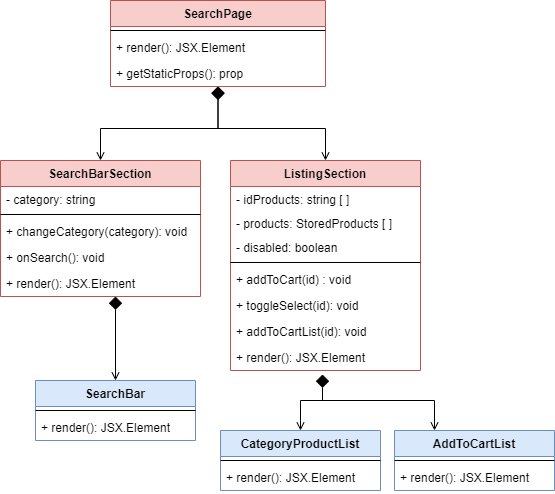
Earlier version of the draw.io export DocumentazioneEsterna/DeveloperManual/res/Architettura/Frontend/img/search.png (Omicron-Team/Documentazione). Source tidied: cells renumbered, new cells last; positions are measured from the earlier drawing's top-left corner, leaving out a move shared by most shapes. The source it was exported from:
```xml
<mxGraphModel>
  <root>
    <mxCell id="0" />
    <mxCell id="1" parent="0" />
    <mxCell id="2" style="edgeStyle=orthogonalEdgeStyle;rounded=0;jettySize=auto;html=1;startArrow=diamond;startFill=1;endArrow=open;endFill=0;startSize=11;" parent="1" edge="1" source="4" target="9">
      <mxGeometry relative="1" as="geometry" />
    </mxCell>
    <mxCell id="3" style="edgeStyle=orthogonalEdgeStyle;rounded=0;jettySize=auto;html=1;startArrow=diamond;startFill=1;endArrow=open;endFill=0;startSize=11;" parent="1" edge="1" source="4" target="17">
      <mxGeometry relative="1" as="geometry" />
    </mxCell>
    <mxCell id="4" value="SearchPage" style="swimlane;fontStyle=1;horizontal=1;startSize=26;fillColor=#f8cecc;strokeColor=#b85450;" parent="1" vertex="1">
      <mxGeometry x="110" width="215" height="86" as="geometry" />
    </mxCell>
    <mxCell id="5" style="line;strokeWidth=1;fillColor=none;align=left;verticalAlign=middle;spacingTop=-1;spacingLeft=3;spacingRight=3;labelPosition=right;" parent="4" vertex="1">
      <mxGeometry y="26" width="215" height="8" as="geometry" />
    </mxCell>
    <mxCell id="6" value="+ render(): JSX.Element" style="text;strokeColor=none;fillColor=none;align=left;verticalAlign=top;spacingLeft=4;spacingRight=4;overflow=hidden;" parent="4" vertex="1">
      <mxGeometry y="34" width="215" height="26" as="geometry" />
    </mxCell>
    <mxCell id="7" value="+ getStaticProps(): prop" style="text;strokeColor=none;fillColor=none;align=left;verticalAlign=top;spacingLeft=4;spacingRight=4;overflow=hidden;rounded=1;" parent="4" vertex="1">
      <mxGeometry y="60" width="215" height="26" as="geometry" />
    </mxCell>
    <mxCell id="8" style="edgeStyle=orthogonalEdgeStyle;rounded=0;jettySize=auto;html=1;entryX=0.5;entryY=0;entryDx=0;entryDy=0;startArrow=diamond;startFill=1;endArrow=open;endFill=0;sourcePerimeterSpacing=0;startSize=11;" parent="1" edge="1" source="9" target="26">
      <mxGeometry relative="1" as="geometry">
        <Array as="points">
          <mxPoint x="115" y="380" />
        </Array>
      </mxGeometry>
    </mxCell>
    <mxCell id="9" value="SearchBarSection" style="swimlane;fontStyle=1;horizontal=1;startSize=26;fillColor=#f8cecc;strokeColor=#b85450;" parent="1" vertex="1">
      <mxGeometry y="160" width="200" height="136" as="geometry" />
    </mxCell>
    <mxCell id="10" value="- category: string" style="text;strokeColor=none;fillColor=none;align=left;verticalAlign=top;spacingLeft=4;spacingRight=4;overflow=hidden;" parent="9" vertex="1">
      <mxGeometry y="26" width="200" height="24" as="geometry" />
    </mxCell>
    <mxCell id="11" style="line;strokeWidth=1;fillColor=none;align=left;verticalAlign=middle;spacingTop=-1;spacingLeft=3;spacingRight=3;labelPosition=right;rounded=1;" parent="9" vertex="1">
      <mxGeometry y="50" width="200" height="8" as="geometry" />
    </mxCell>
    <mxCell id="12" value="+ changeCategory(category): void" style="text;strokeColor=none;fillColor=none;align=left;verticalAlign=top;spacingLeft=4;spacingRight=4;overflow=hidden;" parent="9" vertex="1">
      <mxGeometry y="58" width="200" height="26" as="geometry" />
    </mxCell>
    <mxCell id="13" value="+ onSearch(): void" style="text;strokeColor=none;fillColor=none;align=left;verticalAlign=top;spacingLeft=4;spacingRight=4;overflow=hidden;" parent="9" vertex="1">
      <mxGeometry y="84" width="200" height="26" as="geometry" />
    </mxCell>
    <mxCell id="14" value="+ render(): JSX.Element" style="text;strokeColor=none;fillColor=none;align=left;verticalAlign=top;spacingLeft=4;spacingRight=4;overflow=hidden;" parent="9" vertex="1">
      <mxGeometry y="110" width="200" height="26" as="geometry" />
    </mxCell>
    <mxCell id="15" style="edgeStyle=orthogonalEdgeStyle;rounded=0;jettySize=auto;html=1;entryX=0.5;entryY=0;entryDx=0;entryDy=0;startArrow=none;startFill=0;endArrow=open;endFill=0;" parent="1" edge="1" target="29">
      <mxGeometry relative="1" as="geometry">
        <mxPoint x="325" y="400" as="sourcePoint" />
        <Array as="points">
          <mxPoint x="300" y="420" />
          <mxPoint x="300" y="420" />
        </Array>
      </mxGeometry>
    </mxCell>
    <mxCell id="16" style="edgeStyle=orthogonalEdgeStyle;rounded=0;jettySize=auto;html=1;entryX=0.25;entryY=0;entryDx=0;entryDy=0;startArrow=diamond;startFill=1;endArrow=open;endFill=0;startSize=11;" parent="1" edge="1" target="32">
      <mxGeometry relative="1" as="geometry">
        <mxPoint x="322" y="374" as="sourcePoint" />
        <Array as="points">
          <mxPoint x="322" y="400" />
          <mxPoint x="434" y="400" />
        </Array>
      </mxGeometry>
    </mxCell>
    <mxCell id="17" value="ListingSection" style="swimlane;fontStyle=1;align=center;verticalAlign=top;horizontal=1;startSize=26;fillColor=#f8cecc;strokeColor=#b85450;" parent="1" vertex="1">
      <mxGeometry x="230" y="160" width="190" height="210" as="geometry" />
    </mxCell>
    <mxCell id="18" value="- idProducts: string [ ]" style="text;strokeColor=none;fillColor=none;align=left;verticalAlign=top;spacingLeft=4;spacingRight=4;overflow=hidden;" parent="17" vertex="1">
      <mxGeometry y="26" width="190" height="24" as="geometry" />
    </mxCell>
    <mxCell id="19" value="- products: StoredProducts [ ]" style="text;strokeColor=none;fillColor=none;align=left;verticalAlign=top;spacingLeft=4;spacingRight=4;overflow=hidden;" parent="17" vertex="1">
      <mxGeometry y="50" width="190" height="24" as="geometry" />
    </mxCell>
    <mxCell id="20" value="- disabled: boolean" style="text;strokeColor=none;fillColor=none;align=left;verticalAlign=top;spacingLeft=4;spacingRight=4;overflow=hidden;" parent="17" vertex="1">
      <mxGeometry y="74" width="190" height="24" as="geometry" />
    </mxCell>
    <mxCell id="21" style="line;strokeWidth=1;fillColor=none;align=left;verticalAlign=middle;spacingTop=-1;spacingLeft=3;spacingRight=3;labelPosition=right;" parent="17" vertex="1">
      <mxGeometry y="98" width="190" height="8" as="geometry" />
    </mxCell>
    <mxCell id="22" value="+ addToCart(id) : void" style="text;strokeColor=none;fillColor=none;align=left;verticalAlign=top;spacingLeft=4;spacingRight=4;overflow=hidden;" parent="17" vertex="1">
      <mxGeometry y="106" width="190" height="26" as="geometry" />
    </mxCell>
    <mxCell id="23" value="+ toggleSelect(id): void" style="text;strokeColor=none;fillColor=none;align=left;verticalAlign=top;spacingLeft=4;spacingRight=4;overflow=hidden;" parent="17" vertex="1">
      <mxGeometry y="132" width="190" height="26" as="geometry" />
    </mxCell>
    <mxCell id="24" value="+ addToCartList(id): void" style="text;strokeColor=none;fillColor=none;align=left;verticalAlign=top;spacingLeft=4;spacingRight=4;overflow=hidden;" parent="17" vertex="1">
      <mxGeometry y="158" width="190" height="26" as="geometry" />
    </mxCell>
    <mxCell id="25" value="+ render(): JSX.Element" style="text;strokeColor=none;fillColor=none;align=left;verticalAlign=top;spacingLeft=4;spacingRight=4;overflow=hidden;" parent="17" vertex="1">
      <mxGeometry y="184" width="190" height="26" as="geometry" />
    </mxCell>
    <mxCell id="26" value="SearchBar" style="swimlane;fontStyle=1;align=center;verticalAlign=top;horizontal=1;startSize=26;rounded=0;fillColor=#dae8fc;strokeColor=#6c8ebf;" parent="1" vertex="1">
      <mxGeometry x="35" y="380" width="160" height="60" as="geometry" />
    </mxCell>
    <mxCell id="27" style="line;strokeWidth=1;fillColor=none;align=left;verticalAlign=middle;spacingTop=-1;spacingLeft=3;spacingRight=3;labelPosition=right;" parent="26" vertex="1">
      <mxGeometry y="26" width="160" height="8" as="geometry" />
    </mxCell>
    <mxCell id="28" value="+ render(): JSX.Element" style="text;strokeColor=none;fillColor=none;align=left;verticalAlign=top;spacingLeft=4;spacingRight=4;overflow=hidden;" parent="26" vertex="1">
      <mxGeometry y="34" width="160" height="26" as="geometry" />
    </mxCell>
    <mxCell id="29" value="CategoryProductList" style="swimlane;fontStyle=1;align=center;verticalAlign=top;horizontal=1;startSize=26;rounded=0;fillColor=#dae8fc;strokeColor=#6c8ebf;" parent="1" vertex="1">
      <mxGeometry x="220" y="430" width="160" height="60" as="geometry" />
    </mxCell>
    <mxCell id="30" style="line;strokeWidth=1;fillColor=none;align=left;verticalAlign=middle;spacingTop=-1;spacingLeft=3;spacingRight=3;labelPosition=right;" parent="29" vertex="1">
      <mxGeometry y="26" width="160" height="8" as="geometry" />
    </mxCell>
    <mxCell id="31" value="+ render(): JSX.Element" style="text;strokeColor=none;fillColor=none;align=left;verticalAlign=top;spacingLeft=4;spacingRight=4;overflow=hidden;" parent="29" vertex="1">
      <mxGeometry y="34" width="160" height="26" as="geometry" />
    </mxCell>
    <mxCell id="32" value="AddToCartList" style="swimlane;fontStyle=1;align=center;verticalAlign=top;horizontal=1;startSize=26;rounded=0;fillColor=#dae8fc;strokeColor=#6c8ebf;" parent="1" vertex="1">
      <mxGeometry x="394" y="430" width="160" height="60" as="geometry" />
    </mxCell>
    <mxCell id="33" style="line;strokeWidth=1;fillColor=none;align=left;verticalAlign=middle;spacingTop=-1;spacingLeft=3;spacingRight=3;labelPosition=right;" parent="32" vertex="1">
      <mxGeometry y="26" width="160" height="8" as="geometry" />
    </mxCell>
    <mxCell id="34" value="+ render(): JSX.Element" style="text;strokeColor=none;fillColor=none;align=left;verticalAlign=top;spacingLeft=4;spacingRight=4;overflow=hidden;" parent="32" vertex="1">
      <mxGeometry y="34" width="160" height="26" as="geometry" />
    </mxCell>
  </root>
</mxGraphModel>
```
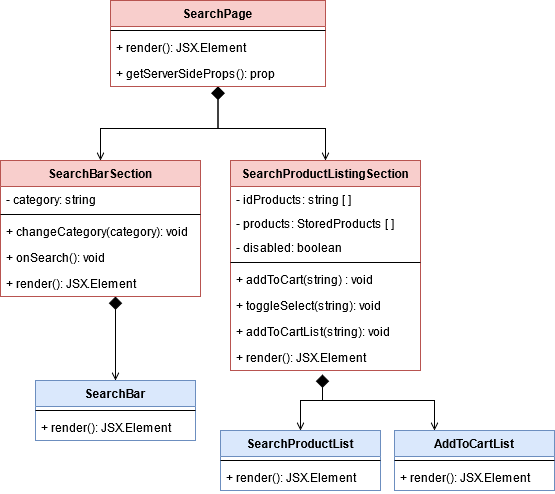
After the commit.

Change to the diagram source:
```diff
@@ -17,7 +17,7 @@
     <mxCell id="6" value="+ render(): JSX.Element" style="text;strokeColor=none;fillColor=none;align=left;verticalAlign=top;spacingLeft=4;spacingRight=4;overflow=hidden;" parent="4" vertex="1">
       <mxGeometry y="34" width="215" height="26" as="geometry" />
     </mxCell>
-    <mxCell id="7" value="+ getStaticProps(): prop" style="text;strokeColor=none;fillColor=none;align=left;verticalAlign=top;spacingLeft=4;spacingRight=4;overflow=hidden;rounded=1;" parent="4" vertex="1">
+    <mxCell id="7" value="+ getServerSideProps(): prop" style="text;strokeColor=none;fillColor=none;align=left;verticalAlign=top;spacingLeft=4;spacingRight=4;overflow=hidden;rounded=1;" parent="4" vertex="1">
       <mxGeometry y="60" width="215" height="26" as="geometry" />
     </mxCell>
     <mxCell id="8" style="edgeStyle=orthogonalEdgeStyle;rounded=0;jettySize=auto;html=1;entryX=0.5;entryY=0;entryDx=0;entryDy=0;startArrow=diamond;startFill=1;endArrow=open;endFill=0;sourcePerimeterSpacing=0;startSize=11;" parent="1" edge="1" source="9" target="26">
@@ -63,7 +63,7 @@
         </Array>
       </mxGeometry>
     </mxCell>
-    <mxCell id="17" value="ListingSection" style="swimlane;fontStyle=1;align=center;verticalAlign=top;horizontal=1;startSize=26;fillColor=#f8cecc;strokeColor=#b85450;" parent="1" vertex="1">
+    <mxCell id="17" value="SearchProductListingSection" style="swimlane;fontStyle=1;align=center;verticalAlign=top;horizontal=1;startSize=26;fillColor=#f8cecc;strokeColor=#b85450;" parent="1" vertex="1">
       <mxGeometry x="230" y="160" width="190" height="210" as="geometry" />
     </mxCell>
     <mxCell id="18" value="- idProducts: string [ ]" style="text;strokeColor=none;fillColor=none;align=left;verticalAlign=top;spacingLeft=4;spacingRight=4;overflow=hidden;" parent="17" vertex="1">
@@ -78,13 +78,13 @@
     <mxCell id="21" style="line;strokeWidth=1;fillColor=none;align=left;verticalAlign=middle;spacingTop=-1;spacingLeft=3;spacingRight=3;labelPosition=right;" parent="17" vertex="1">
       <mxGeometry y="98" width="190" height="8" as="geometry" />
     </mxCell>
-    <mxCell id="22" value="+ addToCart(id) : void" style="text;strokeColor=none;fillColor=none;align=left;verticalAlign=top;spacingLeft=4;spacingRight=4;overflow=hidden;" parent="17" vertex="1">
+    <mxCell id="22" value="+ addToCart(string) : void" style="text;strokeColor=none;fillColor=none;align=left;verticalAlign=top;spacingLeft=4;spacingRight=4;overflow=hidden;" parent="17" vertex="1">
       <mxGeometry y="106" width="190" height="26" as="geometry" />
     </mxCell>
-    <mxCell id="23" value="+ toggleSelect(id): void" style="text;strokeColor=none;fillColor=none;align=left;verticalAlign=top;spacingLeft=4;spacingRight=4;overflow=hidden;" parent="17" vertex="1">
+    <mxCell id="23" value="+ toggleSelect(string): void" style="text;strokeColor=none;fillColor=none;align=left;verticalAlign=top;spacingLeft=4;spacingRight=4;overflow=hidden;" parent="17" vertex="1">
       <mxGeometry y="132" width="190" height="26" as="geometry" />
     </mxCell>
-    <mxCell id="24" value="+ addToCartList(id): void" style="text;strokeColor=none;fillColor=none;align=left;verticalAlign=top;spacingLeft=4;spacingRight=4;overflow=hidden;" parent="17" vertex="1">
+    <mxCell id="24" value="+ addToCartList(string): void" style="text;strokeColor=none;fillColor=none;align=left;verticalAlign=top;spacingLeft=4;spacingRight=4;overflow=hidden;" parent="17" vertex="1">
       <mxGeometry y="158" width="190" height="26" as="geometry" />
     </mxCell>
     <mxCell id="25" value="+ render(): JSX.Element" style="text;strokeColor=none;fillColor=none;align=left;verticalAlign=top;spacingLeft=4;spacingRight=4;overflow=hidden;" parent="17" vertex="1">
@@ -99,7 +99,7 @@
     <mxCell id="28" value="+ render(): JSX.Element" style="text;strokeColor=none;fillColor=none;align=left;verticalAlign=top;spacingLeft=4;spacingRight=4;overflow=hidden;" parent="26" vertex="1">
       <mxGeometry y="34" width="160" height="26" as="geometry" />
     </mxCell>
-    <mxCell id="29" value="CategoryProductList" style="swimlane;fontStyle=1;align=center;verticalAlign=top;horizontal=1;startSize=26;rounded=0;fillColor=#dae8fc;strokeColor=#6c8ebf;" parent="1" vertex="1">
+    <mxCell id="29" value="SearchProductList" style="swimlane;fontStyle=1;align=center;verticalAlign=top;horizontal=1;startSize=26;rounded=0;fillColor=#dae8fc;strokeColor=#6c8ebf;" parent="1" vertex="1">
       <mxGeometry x="220" y="430" width="160" height="60" as="geometry" />
     </mxCell>
     <mxCell id="30" style="line;strokeWidth=1;fillColor=none;align=left;verticalAlign=middle;spacingTop=-1;spacingLeft=3;spacingRight=3;labelPosition=right;" parent="29" vertex="1">
```
